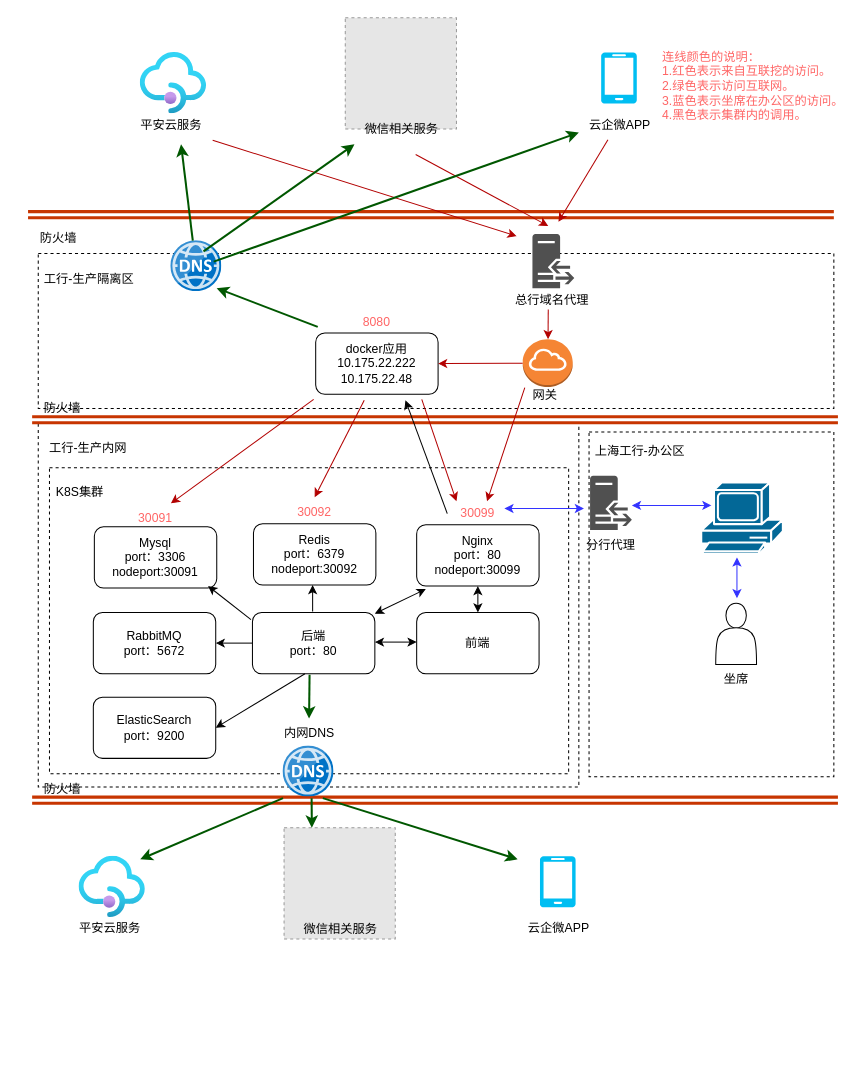
Earlier version of the draw.io diagram module8/工行-3.1.drawio (csmiao168/go_study). Source tidied: cells renumbered, new cells numbered last; positions are measured from the earlier drawing's top-left corner, leaving out a move shared by most shapes. Both pictures are drawn from the tidied source at 102%, with x=0, y=0 at pixel (17, 17). Pictures stored in the file or linked from it are replaced by grey dashed boxes.
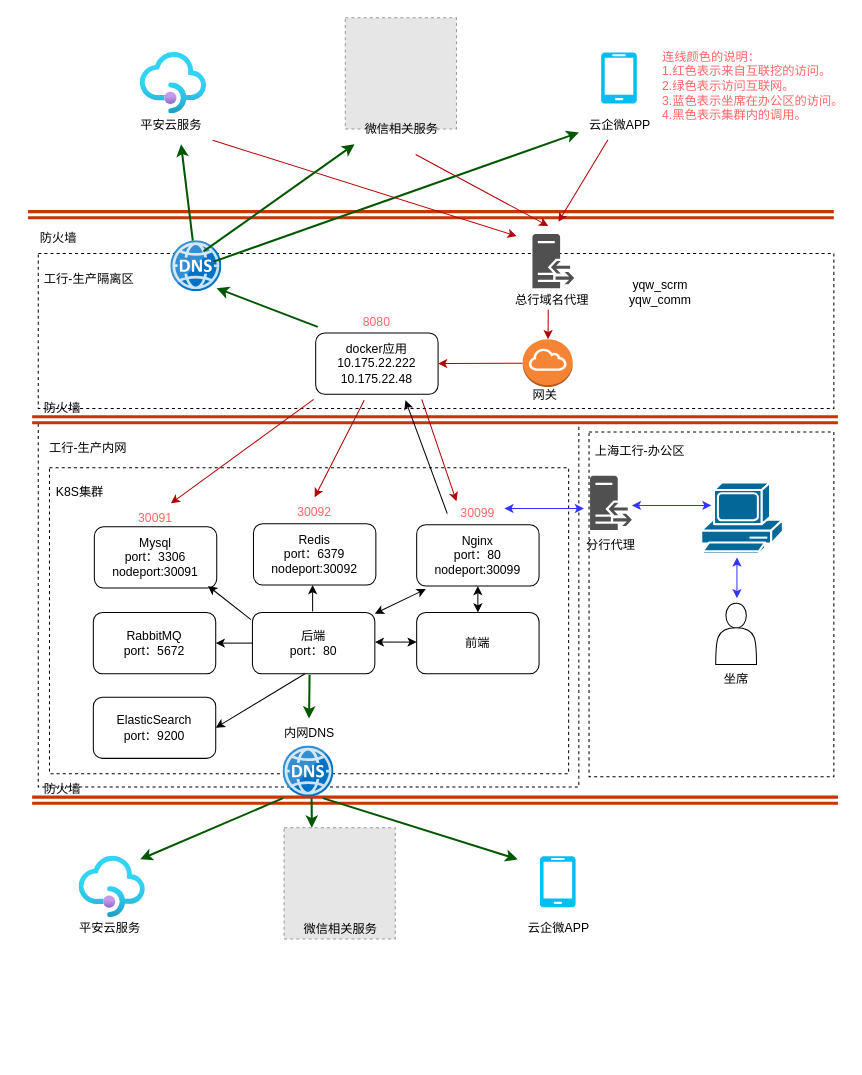
The same page after the edit.

What changed in the source:
```diff
@@
-    <mxCell id="78" style="endArrow=classic;startArrow=none;html=1;rounded=0;fillColor=#e51400;strokeColor=#B20000;endFill=1;startFill=0;exitX=0;exitY=0.25;exitDx=0;exitDy=0;" parent="1" edge="1">
-      <mxGeometry relative="1" as="geometry">
-        <mxPoint x="497" y="362.5" as="sourcePoint" />
-        <mxPoint x="460" y="474" as="targetPoint" />
-      </mxGeometry>
-    </mxCell>
@@
+    <mxCell id="99" value="yqw_scrm&lt;div&gt;yqw_comm&lt;/div&gt;" style="text;html=1;align=center;verticalAlign=middle;whiteSpace=wrap;rounded=0;" parent="1" vertex="1">
+      <mxGeometry x="600" y="254" width="60" height="30" as="geometry" />
+    </mxCell>
```
